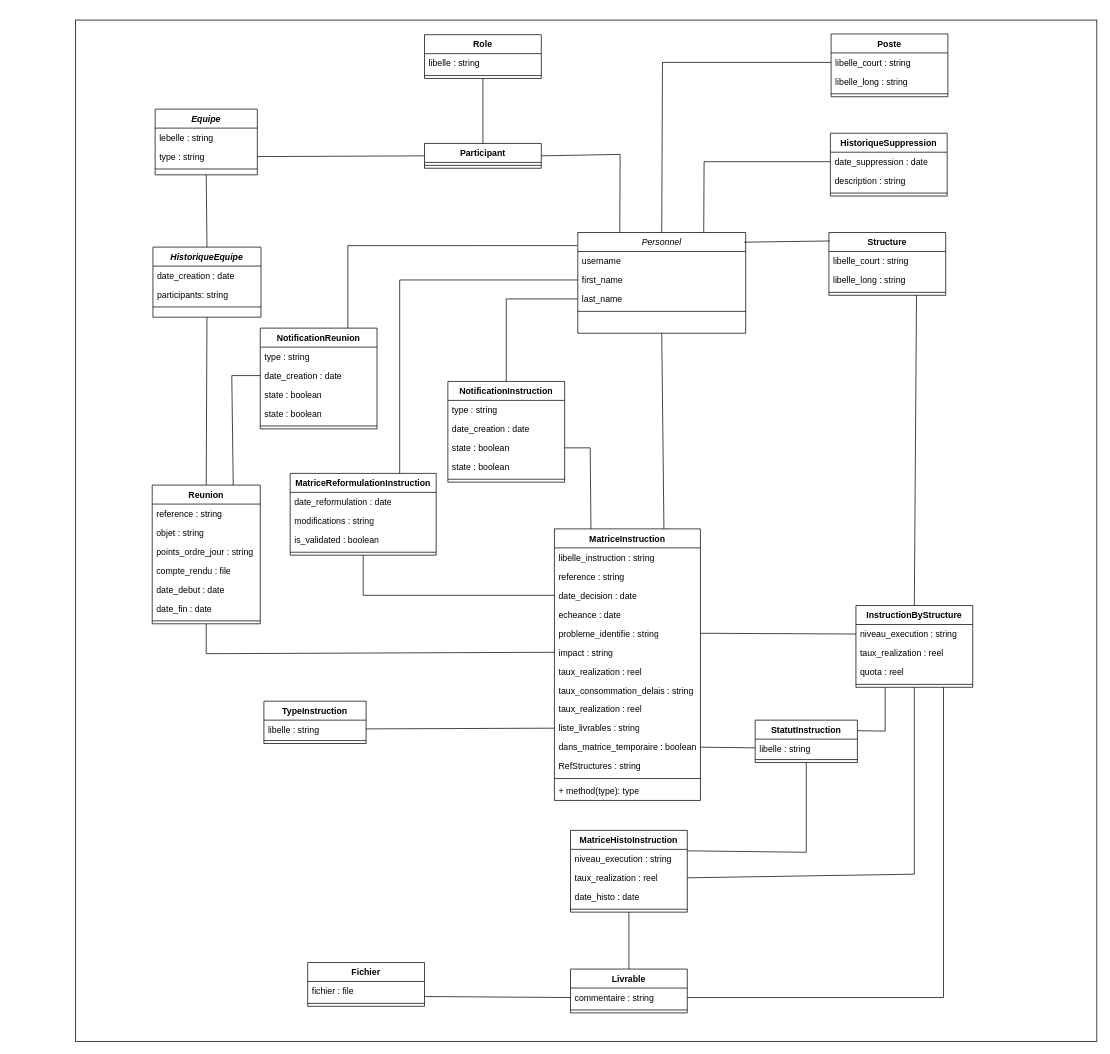
Above: diagramme_classes_technique.drawio in CabrelFeukeng/pp (draw.io), before the change. Source tidied: cells renumbered, new cells numbered last; positions are measured from the earlier drawing's top-left corner, leaving out a move shared by most shapes. Both pictures are drawn from the tidied source at 73%, with x=0, y=0 at pixel (75, 20).
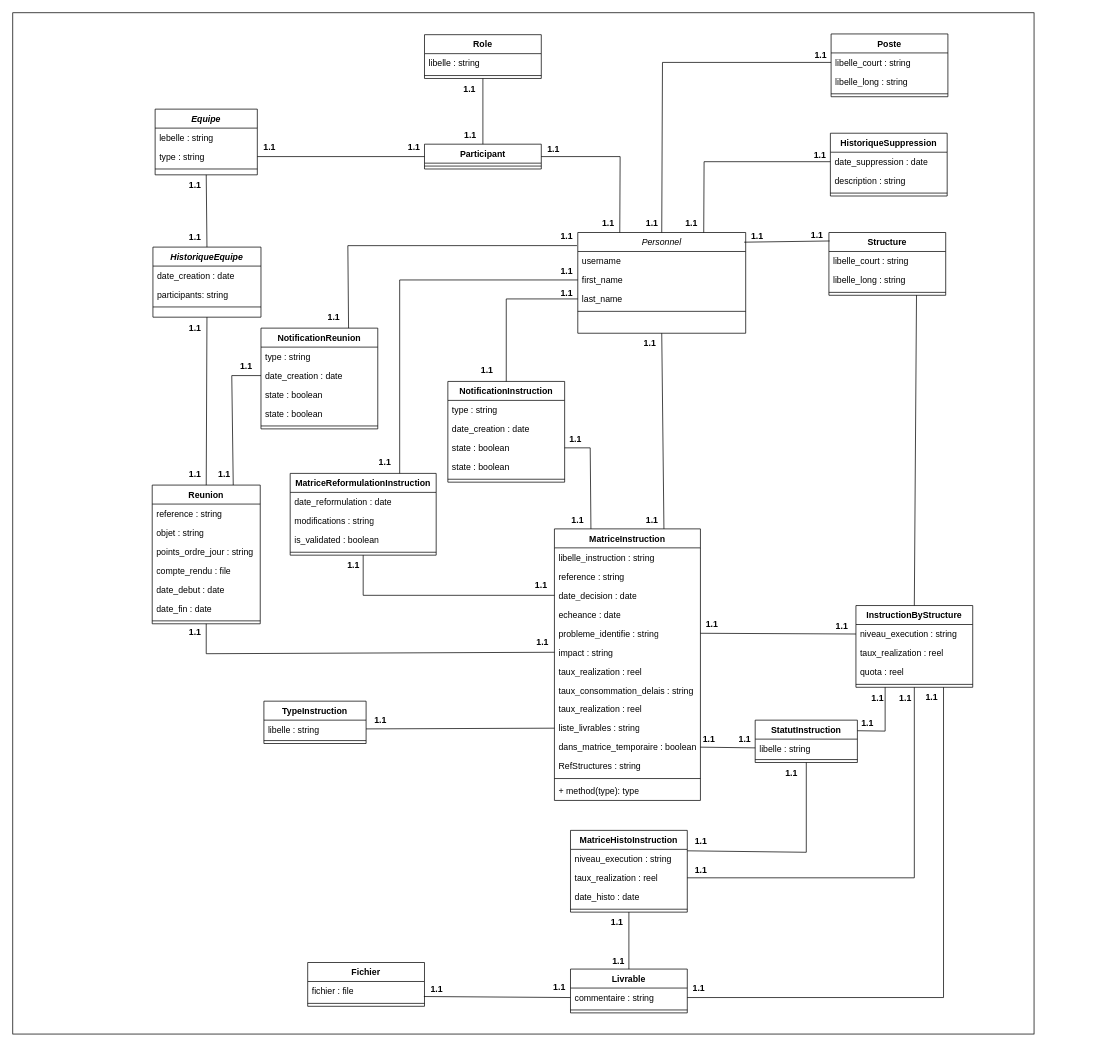
Above is the later version.

Commit message (it also covers changes not shown here):
Mettre à jour diagramme_classes_technique.drawio

Unchanged cells that the change refers to:
```xml
<mxCell id="3" value="Personnel" style="swimlane;fontStyle=2;align=center;verticalAlign=top;horizontal=1;startSize=26;rounded=0;shadow=0;strokeWidth=1;" parent="1" vertex="1">
  <mxGeometry x="688" y="291" width="230" height="138" as="geometry" />
</mxCell>
<mxCell id="64" value="taux_realization : reel" style="text;strokeColor=none;fillColor=none;align=left;verticalAlign=top;spacingLeft=4;spacingRight=4;overflow=hidden;points=[[0,0.5],[1,0.5]];portConstraint=eastwest;whiteSpace=wrap;html=1;" parent="62" vertex="1">
  <mxGeometry y="52" width="160" height="26" as="geometry" />
</mxCell>
<mxCell id="67" value="InstructionByStructure" style="swimlane;fontStyle=1;align=center;verticalAlign=top;horizontal=1;startSize=26;whiteSpace=wrap;html=1;" parent="1" vertex="1">
  <mxGeometry x="1069" y="802" width="160" height="112" as="geometry" />
</mxCell>
```

Diff of the diagram source:
```diff
@@
     <mxCell id="2" style="whiteSpace=wrap;html=1;" parent="1" vertex="1">
-      <mxGeometry width="1399" height="1399" as="geometry" />
+      <mxGeometry x="-86" y="-10" width="1399" height="1399" as="geometry" />
     </mxCell>
@@
     <mxCell id="30" value="NotificationReunion" style="swimlane;fontStyle=1;align=center;verticalAlign=top;horizontal=1;startSize=26;whiteSpace=wrap;html=1;" parent="1" vertex="1">
-      <mxGeometry x="253" y="422" width="160" height="138" as="geometry" />
+      <mxGeometry x="254" y="422" width="160" height="138" as="geometry" />
     </mxCell>
@@
     <mxCell id="72" value="Participant" style="swimlane;fontStyle=1;align=center;verticalAlign=top;horizontal=1;startSize=26;whiteSpace=wrap;html=1;" parent="1" vertex="1">
-      <mxGeometry x="478" y="169" width="160" height="34" as="geometry" />
+      <mxGeometry x="478" y="170" width="160" height="34" as="geometry" />
     </mxCell>
@@
     <mxCell id="107" style="endArrow=none;html=1;rounded=0;entryX=1;entryY=0.5;entryDx=0;entryDy=0;exitX=0.25;exitY=0;exitDx=0;exitDy=0;" parent="1" edge="1" source="3" target="72">
       <mxGeometry relative="1" as="geometry">
         <Array as="points">
-          <mxPoint x="746" y="184" />
+          <mxPoint x="746" y="187" />
         </Array>
       </mxGeometry>
     </mxCell>
@@
     <mxCell id="116" style="endArrow=none;html=1;rounded=0;entryX=0.5;entryY=1;entryDx=0;entryDy=0;exitX=1;exitY=0.5;exitDx=0;exitDy=0;" parent="1" edge="1" source="64" target="67">
       <mxGeometry relative="1" as="geometry">
         <Array as="points">
-          <mxPoint x="1149" y="1170" />
+          <mxPoint x="1149" y="1175" />
         </Array>
       </mxGeometry>
     </mxCell>
@@
+    <mxCell id="121" value="&lt;b&gt;1.1&lt;/b&gt;" style="text;html=1;align=center;verticalAlign=middle;whiteSpace=wrap;rounded=0;" parent="1" vertex="1">
+      <mxGeometry x="236" y="160" width="60" height="30" as="geometry" />
+    </mxCell>
+    <mxCell id="122" value="&lt;b&gt;1.1&lt;/b&gt;" style="text;html=1;align=center;verticalAlign=middle;whiteSpace=wrap;rounded=0;" parent="1" vertex="1">
+      <mxGeometry x="134" y="283" width="60" height="30" as="geometry" />
+    </mxCell>
+    <mxCell id="123" value="&lt;b&gt;1.1&lt;/b&gt;" style="text;html=1;align=center;verticalAlign=middle;whiteSpace=wrap;rounded=0;" parent="1" vertex="1">
+      <mxGeometry x="134" y="212" width="60" height="30" as="geometry" />
+    </mxCell>
+    <mxCell id="124" value="&lt;b&gt;1.1&lt;/b&gt;" style="text;html=1;align=center;verticalAlign=middle;whiteSpace=wrap;rounded=0;" parent="1" vertex="1">
+      <mxGeometry x="134" y="607" width="60" height="30" as="geometry" />
+    </mxCell>
+    <mxCell id="125" value="&lt;b&gt;1.1&lt;/b&gt;" style="text;html=1;align=center;verticalAlign=middle;whiteSpace=wrap;rounded=0;" parent="1" vertex="1">
+      <mxGeometry x="204" y="460" width="60" height="30" as="geometry" />
+    </mxCell>
+    <mxCell id="126" value="&lt;b&gt;1.1&lt;/b&gt;" style="text;html=1;align=center;verticalAlign=middle;whiteSpace=wrap;rounded=0;" parent="1" vertex="1">
+      <mxGeometry x="134" y="407" width="60" height="30" as="geometry" />
+    </mxCell>
+    <mxCell id="127" value="&lt;b&gt;1.1&lt;/b&gt;" style="text;html=1;align=center;verticalAlign=middle;whiteSpace=wrap;rounded=0;" parent="1" vertex="1">
+      <mxGeometry x="510" y="80" width="60" height="30" as="geometry" />
+    </mxCell>
+    <mxCell id="128" value="&lt;b&gt;1.1&lt;/b&gt;" style="text;html=1;align=center;verticalAlign=middle;whiteSpace=wrap;rounded=0;" parent="1" vertex="1">
+      <mxGeometry x="434" y="159" width="60" height="30" as="geometry" />
+    </mxCell>
+    <mxCell id="129" value="&lt;b&gt;1.1&lt;/b&gt;" style="text;html=1;align=center;verticalAlign=middle;whiteSpace=wrap;rounded=0;" parent="1" vertex="1">
+      <mxGeometry x="324" y="392" width="60" height="30" as="geometry" />
+    </mxCell>
+    <mxCell id="130" value="&lt;b&gt;1.1&lt;/b&gt;" style="text;html=1;align=center;verticalAlign=middle;whiteSpace=wrap;rounded=0;" parent="1" vertex="1">
+      <mxGeometry x="625" y="162" width="60" height="30" as="geometry" />
+    </mxCell>
+    <mxCell id="131" value="&lt;b&gt;1.1&lt;/b&gt;" style="text;html=1;align=center;verticalAlign=middle;whiteSpace=wrap;rounded=0;" parent="1" vertex="1">
+      <mxGeometry x="511" y="143" width="60" height="30" as="geometry" />
+    </mxCell>
+    <mxCell id="132" value="&lt;b&gt;1.1&lt;/b&gt;" style="text;html=1;align=center;verticalAlign=middle;whiteSpace=wrap;rounded=0;" parent="1" vertex="1">
+      <mxGeometry x="643" y="360" width="60" height="30" as="geometry" />
+    </mxCell>
+    <mxCell id="133" value="&lt;b&gt;1.1&lt;/b&gt;" style="text;html=1;align=center;verticalAlign=middle;whiteSpace=wrap;rounded=0;" parent="1" vertex="1">
+      <mxGeometry x="700" y="264" width="60" height="30" as="geometry" />
+    </mxCell>
+    <mxCell id="134" value="&lt;b&gt;1.1&lt;/b&gt;" style="text;html=1;align=center;verticalAlign=middle;whiteSpace=wrap;rounded=0;" parent="1" vertex="1">
+      <mxGeometry x="643" y="282" width="60" height="30" as="geometry" />
+    </mxCell>
+    <mxCell id="135" value="&lt;b&gt;1.1&lt;/b&gt;" style="text;html=1;align=center;verticalAlign=middle;whiteSpace=wrap;rounded=0;" parent="1" vertex="1">
+      <mxGeometry x="643" y="330" width="60" height="30" as="geometry" />
+    </mxCell>
+    <mxCell id="136" value="&lt;b&gt;1.1&lt;/b&gt;" style="text;html=1;align=center;verticalAlign=middle;whiteSpace=wrap;rounded=0;" parent="1" vertex="1">
+      <mxGeometry x="814" y="264" width="60" height="30" as="geometry" />
+    </mxCell>
+    <mxCell id="137" value="&lt;b&gt;1.1&lt;/b&gt;" style="text;html=1;align=center;verticalAlign=middle;whiteSpace=wrap;rounded=0;" parent="1" vertex="1">
+      <mxGeometry x="760" y="264" width="60" height="30" as="geometry" />
+    </mxCell>
+    <mxCell id="138" value="&lt;b&gt;1.1&lt;/b&gt;" style="text;html=1;align=center;verticalAlign=middle;whiteSpace=wrap;rounded=0;" parent="1" vertex="1">
+      <mxGeometry x="904" y="281" width="60" height="30" as="geometry" />
+    </mxCell>
+    <mxCell id="139" value="&lt;b&gt;1.1&lt;/b&gt;" style="text;html=1;align=center;verticalAlign=middle;whiteSpace=wrap;rounded=0;" parent="1" vertex="1">
+      <mxGeometry x="394" y="591" width="60" height="30" as="geometry" />
+    </mxCell>
+    <mxCell id="140" value="&lt;b&gt;1.1&lt;/b&gt;" style="text;html=1;align=center;verticalAlign=middle;whiteSpace=wrap;rounded=0;" parent="1" vertex="1">
+      <mxGeometry x="534" y="465" width="60" height="30" as="geometry" />
+    </mxCell>
+    <mxCell id="141" value="&lt;b&gt;1.1&lt;/b&gt;" style="text;html=1;align=center;verticalAlign=middle;whiteSpace=wrap;rounded=0;" parent="1" vertex="1">
+      <mxGeometry x="986" y="280" width="60" height="30" as="geometry" />
+    </mxCell>
+    <mxCell id="142" value="&lt;b&gt;1.1&lt;/b&gt;" style="text;html=1;align=center;verticalAlign=middle;whiteSpace=wrap;rounded=0;" parent="1" vertex="1">
+      <mxGeometry x="990" y="170" width="60" height="30" as="geometry" />
+    </mxCell>
+    <mxCell id="143" value="&lt;b&gt;1.1&lt;/b&gt;" style="text;html=1;align=center;verticalAlign=middle;whiteSpace=wrap;rounded=0;" parent="1" vertex="1">
+      <mxGeometry x="991" y="34" width="60" height="30" as="geometry" />
+    </mxCell>
+    <mxCell id="144" value="&lt;b&gt;1.1&lt;/b&gt;" style="text;html=1;align=center;verticalAlign=middle;whiteSpace=wrap;rounded=0;" parent="1" vertex="1">
+      <mxGeometry x="760" y="670" width="60" height="30" as="geometry" />
+    </mxCell>
+    <mxCell id="145" value="&lt;b&gt;1.1&lt;/b&gt;" style="text;html=1;align=center;verticalAlign=middle;whiteSpace=wrap;rounded=0;" parent="1" vertex="1">
+      <mxGeometry x="658" y="670" width="60" height="30" as="geometry" />
+    </mxCell>
+    <mxCell id="146" value="&lt;b&gt;1.1&lt;/b&gt;" style="text;html=1;align=center;verticalAlign=middle;whiteSpace=wrap;rounded=0;" parent="1" vertex="1">
+      <mxGeometry x="655" y="559" width="60" height="30" as="geometry" />
+    </mxCell>
+    <mxCell id="147" value="&lt;b&gt;1.1&lt;/b&gt;" style="text;html=1;align=center;verticalAlign=middle;whiteSpace=wrap;rounded=0;" parent="1" vertex="1">
+      <mxGeometry x="608" y="759" width="60" height="30" as="geometry" />
+    </mxCell>
+    <mxCell id="148" value="&lt;b&gt;1.1&lt;/b&gt;" style="text;html=1;align=center;verticalAlign=middle;whiteSpace=wrap;rounded=0;" parent="1" vertex="1">
+      <mxGeometry x="351" y="732" width="60" height="30" as="geometry" />
+    </mxCell>
+    <mxCell id="149" value="&lt;b&gt;1.1&lt;/b&gt;" style="text;html=1;align=center;verticalAlign=middle;whiteSpace=wrap;rounded=0;" parent="1" vertex="1">
+      <mxGeometry x="174" y="608" width="60" height="30" as="geometry" />
+    </mxCell>
+    <mxCell id="150" value="&lt;b&gt;1.1&lt;/b&gt;" style="text;html=1;align=center;verticalAlign=middle;whiteSpace=wrap;rounded=0;" parent="1" vertex="1">
+      <mxGeometry x="134" y="824" width="60" height="30" as="geometry" />
+    </mxCell>
+    <mxCell id="151" value="&lt;b&gt;1.1&lt;/b&gt;" style="text;html=1;align=center;verticalAlign=middle;whiteSpace=wrap;rounded=0;" parent="1" vertex="1">
+      <mxGeometry x="610" y="838" width="60" height="30" as="geometry" />
+    </mxCell>
+    <mxCell id="152" value="&lt;b&gt;1.1&lt;/b&gt;" style="text;html=1;align=center;verticalAlign=middle;whiteSpace=wrap;rounded=0;" parent="1" vertex="1">
+      <mxGeometry x="388" y="945" width="60" height="30" as="geometry" />
+    </mxCell>
+    <mxCell id="153" value="&lt;b&gt;1.1&lt;/b&gt;" style="text;html=1;align=center;verticalAlign=middle;whiteSpace=wrap;rounded=0;" parent="1" vertex="1">
+      <mxGeometry x="838" y="970" width="60" height="30" as="geometry" />
+    </mxCell>
+    <mxCell id="154" value="&lt;b&gt;1.1&lt;/b&gt;" style="text;html=1;align=center;verticalAlign=middle;whiteSpace=wrap;rounded=0;" parent="1" vertex="1">
+      <mxGeometry x="887" y="971" width="60" height="30" as="geometry" />
+    </mxCell>
+    <mxCell id="155" value="&lt;b&gt;1.1&lt;/b&gt;" style="text;html=1;align=center;verticalAlign=middle;whiteSpace=wrap;rounded=0;" parent="1" vertex="1">
+      <mxGeometry x="827" y="1110" width="60" height="30" as="geometry" />
+    </mxCell>
+    <mxCell id="156" value="&lt;b&gt;1.1&lt;/b&gt;" style="text;html=1;align=center;verticalAlign=middle;whiteSpace=wrap;rounded=0;" parent="1" vertex="1">
+      <mxGeometry x="827" y="1150" width="60" height="30" as="geometry" />
+    </mxCell>
+    <mxCell id="157" value="&lt;b&gt;1.1&lt;/b&gt;" style="text;html=1;align=center;verticalAlign=middle;whiteSpace=wrap;rounded=0;" parent="1" vertex="1">
+      <mxGeometry x="951" y="1017" width="60" height="30" as="geometry" />
+    </mxCell>
+    <mxCell id="158" value="&lt;b&gt;1.1&lt;/b&gt;" style="text;html=1;align=center;verticalAlign=middle;whiteSpace=wrap;rounded=0;" parent="1" vertex="1">
+      <mxGeometry x="1069" y="914" width="60" height="30" as="geometry" />
+    </mxCell>
+    <mxCell id="159" value="&lt;b&gt;1.1&lt;/b&gt;" style="text;html=1;align=center;verticalAlign=middle;whiteSpace=wrap;rounded=0;" parent="1" vertex="1">
+      <mxGeometry x="1055" y="949" width="60" height="30" as="geometry" />
+    </mxCell>
+    <mxCell id="160" value="&lt;b&gt;1.1&lt;/b&gt;" style="text;html=1;align=center;verticalAlign=middle;whiteSpace=wrap;rounded=0;" parent="1" vertex="1">
+      <mxGeometry x="714" y="1274" width="60" height="30" as="geometry" />
+    </mxCell>
+    <mxCell id="161" value="&lt;b&gt;1.1&lt;/b&gt;" style="text;html=1;align=center;verticalAlign=middle;whiteSpace=wrap;rounded=0;" parent="1" vertex="1">
+      <mxGeometry x="712" y="1221" width="60" height="30" as="geometry" />
+    </mxCell>
+    <mxCell id="162" value="&lt;b&gt;1.1&lt;/b&gt;" style="text;html=1;align=center;verticalAlign=middle;whiteSpace=wrap;rounded=0;" parent="1" vertex="1">
+      <mxGeometry x="824" y="1312" width="60" height="30" as="geometry" />
+    </mxCell>
+    <mxCell id="163" value="&lt;b&gt;1.1&lt;/b&gt;" style="text;html=1;align=center;verticalAlign=middle;whiteSpace=wrap;rounded=0;" parent="1" vertex="1">
+      <mxGeometry x="633" y="1310" width="60" height="30" as="geometry" />
+    </mxCell>
+    <mxCell id="164" value="&lt;b&gt;1.1&lt;/b&gt;" style="text;html=1;align=center;verticalAlign=middle;whiteSpace=wrap;rounded=0;" parent="1" vertex="1">
+      <mxGeometry x="465" y="1313" width="60" height="30" as="geometry" />
+    </mxCell>
+    <mxCell id="165" value="&lt;b&gt;1.1&lt;/b&gt;" style="text;html=1;align=center;verticalAlign=middle;whiteSpace=wrap;rounded=0;" parent="1" vertex="1">
+      <mxGeometry x="757" y="428" width="60" height="30" as="geometry" />
+    </mxCell>
+    <mxCell id="166" value="&lt;b&gt;1.1&lt;/b&gt;" style="text;html=1;align=center;verticalAlign=middle;whiteSpace=wrap;rounded=0;" parent="1" vertex="1">
+      <mxGeometry x="842" y="813" width="60" height="30" as="geometry" />
+    </mxCell>
+    <mxCell id="167" value="&lt;b&gt;1.1&lt;/b&gt;" style="text;html=1;align=center;verticalAlign=middle;whiteSpace=wrap;rounded=0;" parent="1" vertex="1">
+      <mxGeometry x="1020" y="815" width="60" height="30" as="geometry" />
+    </mxCell>
+    <mxCell id="168" value="&lt;b&gt;1.1&lt;/b&gt;" style="text;html=1;align=center;verticalAlign=middle;whiteSpace=wrap;rounded=0;" parent="1" vertex="1">
+      <mxGeometry x="1107" y="914" width="60" height="30" as="geometry" />
+    </mxCell>
+    <mxCell id="169" value="&lt;b&gt;1.1&lt;/b&gt;" style="text;html=1;align=center;verticalAlign=middle;whiteSpace=wrap;rounded=0;" parent="1" vertex="1">
+      <mxGeometry x="1143" y="913" width="60" height="30" as="geometry" />
+    </mxCell>
```
